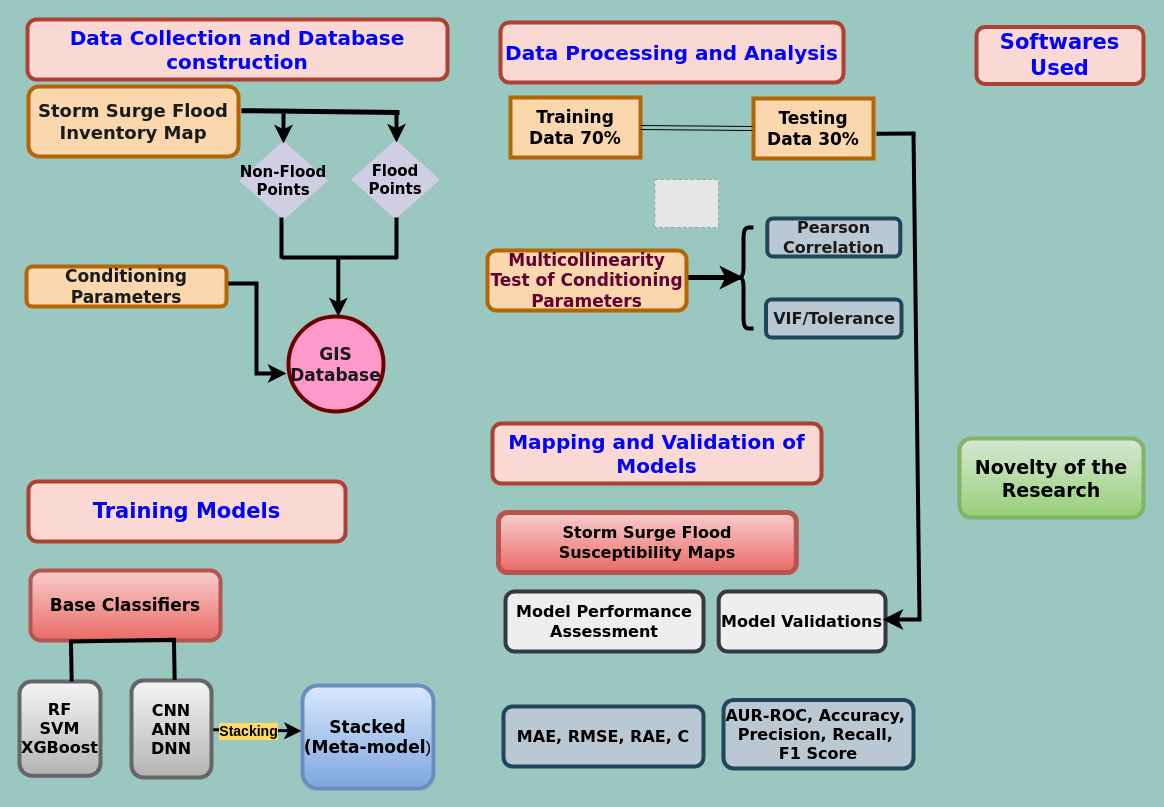
Before: Susceptibility Diagram.drawio in Daawarb/Daawarb, a draw.io diagram. Source tidied: cells renumbered, new cells numbered last; positions are measured from the earlier drawing's top-left corner, leaving out a move shared by most shapes. Both pictures are drawn from the tidied source at 100%, with x=0, y=0 at pixel (19, 19). Pictures stored in the file or linked from it are replaced by grey dashed boxes.
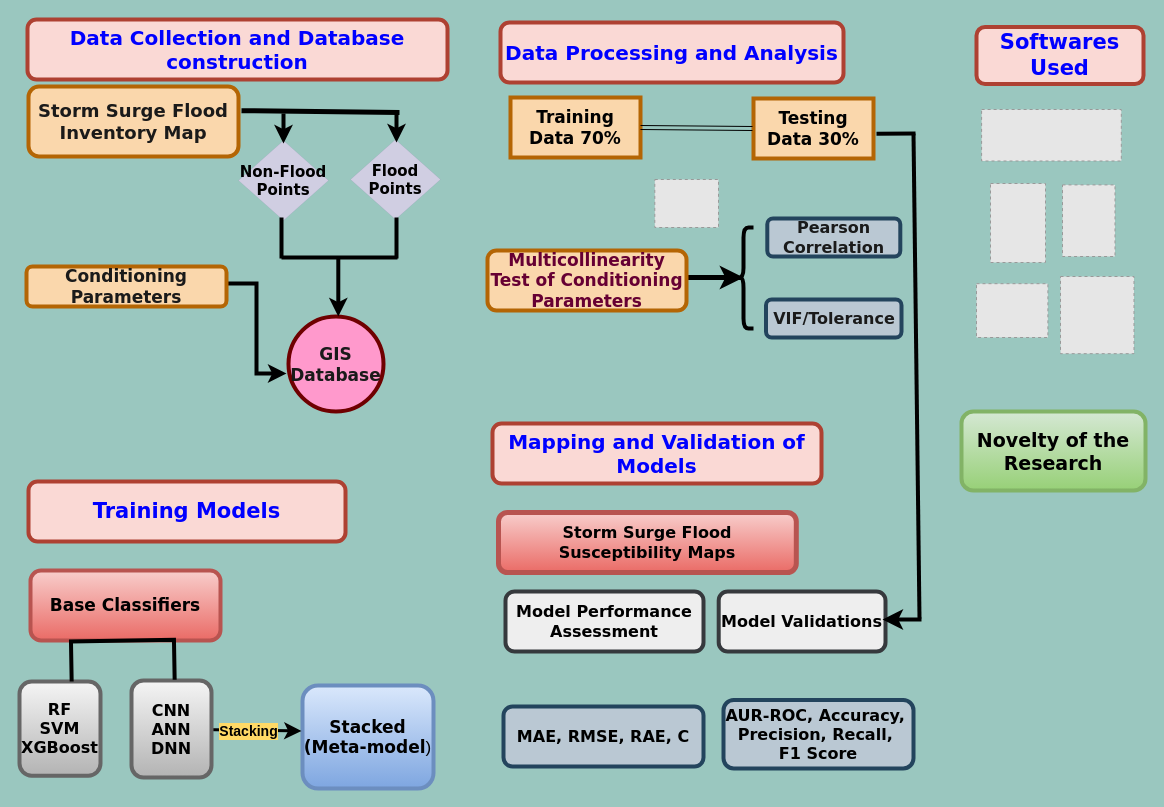
Above is the later version.

The edit, as a diff of the source:
```diff
@@
     <mxCell id="43" value="&lt;font face=&quot;Verdana&quot; style=&quot;font-size: 19px;&quot;&gt;&lt;b&gt;Novelty of the Research&lt;/b&gt;&lt;/font&gt;" style="rounded=1;whiteSpace=wrap;html=1;strokeWidth=4;fillColor=#d5e8d4;strokeColor=#82b366;gradientColor=#97d077;" parent="1" vertex="1">
-      <mxGeometry x="940" y="419" width="184" height="79" as="geometry" />
+      <mxGeometry x="942" y="392" width="184" height="79" as="geometry" />
     </mxCell>
+    <mxCell id="44" style="fillColor=#E6E6E6;strokeColor=#999999;dashed=1;verticalLabelPosition=bottom;labelBackgroundColor=default;verticalAlign=top;" parent="1" vertex="1">
+      <mxGeometry x="962.1" y="90" width="139.7" height="51.5" as="geometry" />
+    </mxCell>
+    <mxCell id="45" style="fillColor=#E6E6E6;strokeColor=#999999;dashed=1;verticalLabelPosition=bottom;labelBackgroundColor=default;verticalAlign=top;" parent="1" vertex="1">
+      <mxGeometry x="971" y="164" width="55" height="79" as="geometry" />
+    </mxCell>
+    <mxCell id="46" style="fillColor=#E6E6E6;strokeColor=#999999;dashed=1;verticalLabelPosition=bottom;labelBackgroundColor=default;verticalAlign=top;" parent="1" vertex="1">
+      <mxGeometry x="957" y="264.2" width="71.4" height="53.8" as="geometry" />
+    </mxCell>
+    <mxCell id="47" style="fillColor=#E6E6E6;strokeColor=#999999;dashed=1;verticalLabelPosition=bottom;labelBackgroundColor=default;verticalAlign=top;" parent="1" vertex="1">
+      <mxGeometry x="1043" y="165.4" width="52.5" height="71.6" as="geometry" />
+    </mxCell>
+    <mxCell id="48" style="fillColor=#E6E6E6;strokeColor=#999999;dashed=1;verticalLabelPosition=bottom;labelBackgroundColor=default;verticalAlign=top;" parent="1" vertex="1">
+      <mxGeometry x="1041" y="257" width="73.5" height="77.2" as="geometry" />
+    </mxCell>
```
